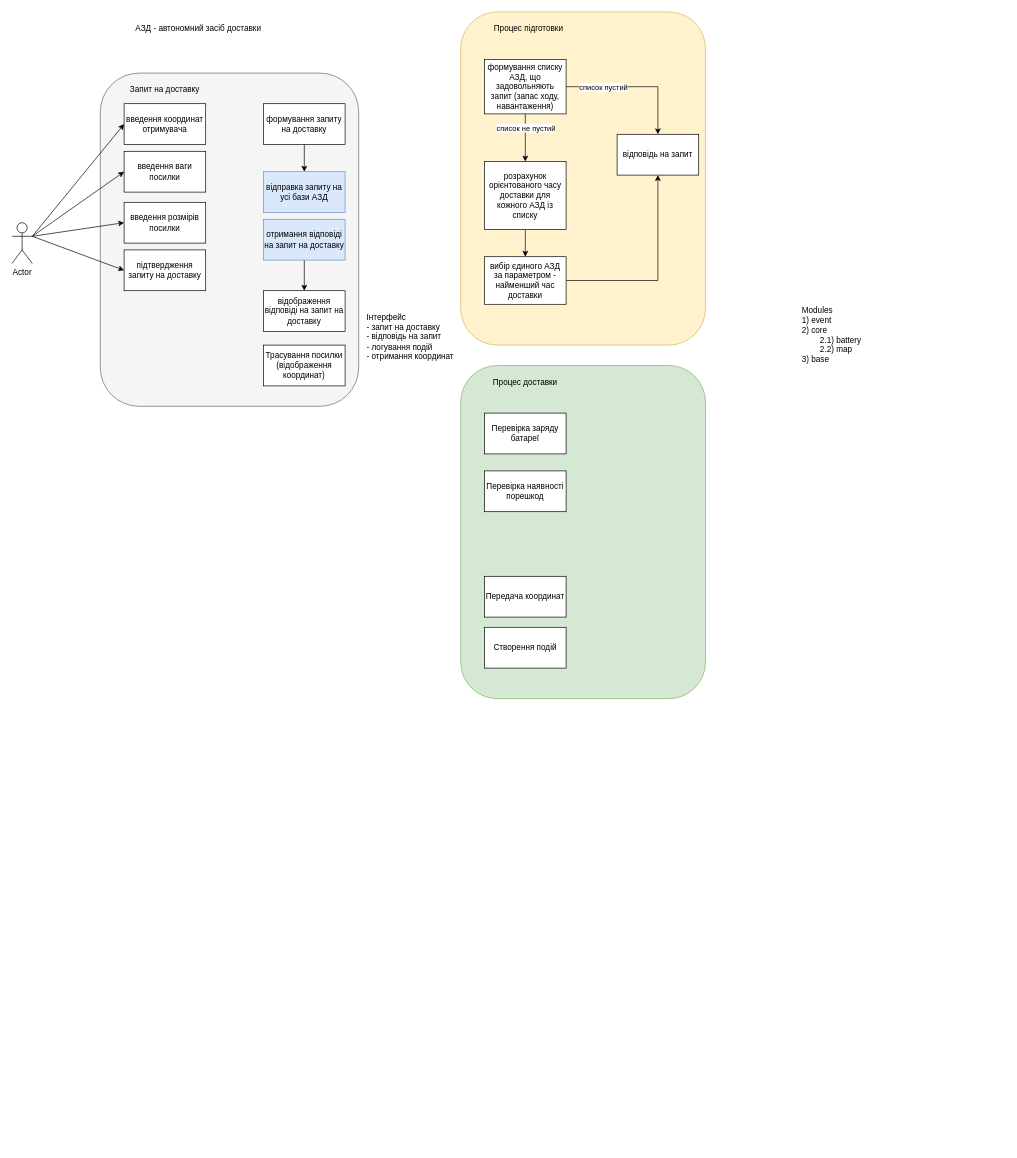
Before: doc/Structure_Of_Component_And_UseCase.drawio in TeamNAU/drone, a draw.io diagram. Source tidied: cells renumbered, new cells numbered last; positions are measured from the earlier drawing's top-left corner, leaving out a move shared by most shapes. Both pictures are drawn from the tidied source at 68%, with x=0, y=0 at pixel (12, 12).
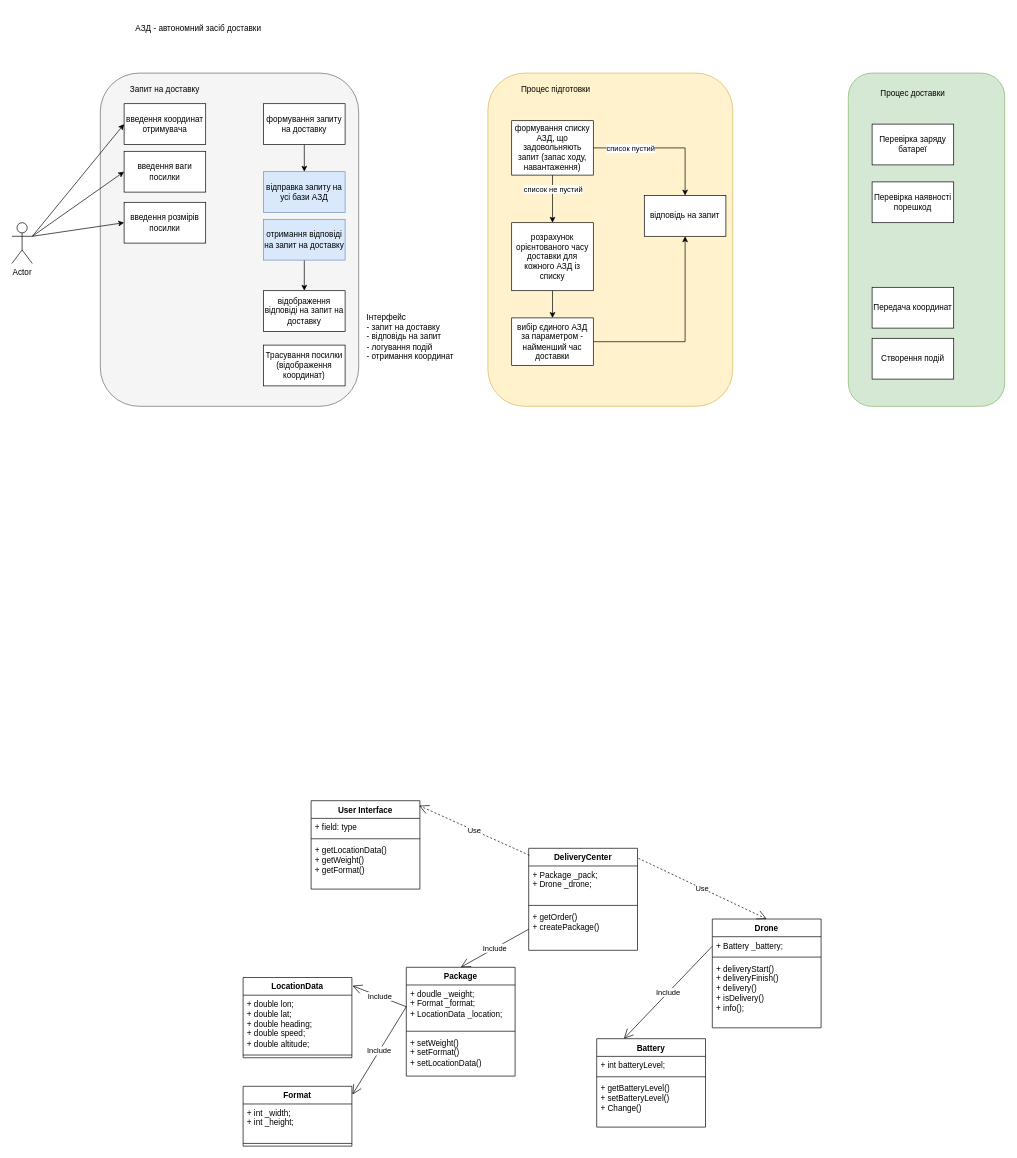
The same diagram, later.

The change refers to these unchanged cells:
```xml
<mxCell id="5" value="Actor" style="shape=umlActor;verticalLabelPosition=bottom;verticalAlign=top;html=1;outlineConnect=0;" parent="1" vertex="1">
  <mxGeometry y="310" width="30" height="60" as="geometry" />
</mxCell>
```

Diff of the diagram source:
```diff
@@
     <mxCell id="2" style="rounded=1;whiteSpace=wrap;html=1;fillColor=#d5e8d4;strokeColor=#82b366;" parent="1" vertex="1">
-      <mxGeometry x="660" y="520" width="360" height="490" as="geometry" />
+      <mxGeometry x="1230" y="90" width="230" height="490" as="geometry" />
     </mxCell>
     <mxCell id="3" style="rounded=1;whiteSpace=wrap;html=1;fillColor=#fff2cc;strokeColor=#d6b656;" parent="1" vertex="1">
-      <mxGeometry x="660" width="360" height="490" as="geometry" />
+      <mxGeometry x="700" y="90" width="360" height="490" as="geometry" />
     </mxCell>
@@
     <mxCell id="8" value="розрахунок орієнтованого часу доставки для кожного АЗД із списку" style="rounded=0;whiteSpace=wrap;html=1;" parent="1" vertex="1">
-      <mxGeometry x="695" y="220" width="120" height="100" as="geometry" />
+      <mxGeometry x="735" y="310" width="120" height="100" as="geometry" />
     </mxCell>
@@
     <mxCell id="15" value="формування списку АЗД, що задовольняють запит (запас ходу, навантаження)" style="rounded=0;whiteSpace=wrap;html=1;" parent="1" vertex="1">
-      <mxGeometry x="695" y="70" width="120" height="80" as="geometry" />
+      <mxGeometry x="735" y="160" width="120" height="80" as="geometry" />
     </mxCell>
     <mxCell id="16" value="Перевірка заряду батареї" style="rounded=0;whiteSpace=wrap;html=1;" parent="1" vertex="1">
-      <mxGeometry x="695" y="590" width="120" height="60" as="geometry" />
+      <mxGeometry x="1265" y="165" width="120" height="60" as="geometry" />
     </mxCell>
     <mxCell id="17" value="Процес доставки" style="text;html=1;align=center;verticalAlign=middle;whiteSpace=wrap;rounded=0;" parent="1" vertex="1">
-      <mxGeometry x="680" y="530" width="150" height="30" as="geometry" />
+      <mxGeometry x="1250" y="105" width="150" height="30" as="geometry" />
     </mxCell>
     <mxCell id="18" value="Процес підготовки" style="text;html=1;align=center;verticalAlign=middle;whiteSpace=wrap;rounded=0;" parent="1" vertex="1">
-      <mxGeometry x="685" y="10" width="150" height="30" as="geometry" />
+      <mxGeometry x="725" y="100" width="150" height="30" as="geometry" />
     </mxCell>
@@
     <mxCell id="21" value="вибір єдиного АЗД за параметром - найменший час доставки" style="rounded=0;whiteSpace=wrap;html=1;" parent="1" vertex="1">
-      <mxGeometry x="695" y="360" width="120" height="70" as="geometry" />
+      <mxGeometry x="735" y="450" width="120" height="70" as="geometry" />
     </mxCell>
@@
     <mxCell id="26" value="відповідь на запит" style="rounded=0;whiteSpace=wrap;html=1;" parent="1" vertex="1">
-      <mxGeometry x="890" y="180" width="120" height="60" as="geometry" />
+      <mxGeometry x="930" y="270" width="120" height="60" as="geometry" />
     </mxCell>
@@
-    <mxCell id="33" value="підтвердження запиту на доставку" style="rounded=0;whiteSpace=wrap;html=1;" parent="1" vertex="1">
-      <mxGeometry x="165" y="350" width="120" height="60" as="geometry" />
-    </mxCell>
     <mxCell id="34" value="Перевірка наявності порешкод" style="rounded=0;whiteSpace=wrap;html=1;" parent="1" vertex="1">
-      <mxGeometry x="695" y="675" width="120" height="60" as="geometry" />
+      <mxGeometry x="1265" y="250" width="120" height="60" as="geometry" />
     </mxCell>
-    <mxCell id="35" style="endArrow=classic;html=1;rounded=0;entryX=0;entryY=0.5;entryDx=0;entryDy=0;exitX=1;exitY=0.3333333333333333;exitDx=0;exitDy=0;exitPerimeter=0;" parent="1" edge="1" source="5" target="33">
-      <mxGeometry relative="1" as="geometry" />
-    </mxCell>
     <mxCell id="36" value="Створення подій" style="rounded=0;whiteSpace=wrap;html=1;" parent="1" vertex="1">
-      <mxGeometry x="695" y="905" width="120" height="60" as="geometry" />
+      <mxGeometry x="1265" y="480" width="120" height="60" as="geometry" />
     </mxCell>
@@
     <mxCell id="39" value="Передача координат" style="rounded=0;whiteSpace=wrap;html=1;" parent="1" vertex="1">
-      <mxGeometry x="695" y="830" width="120" height="60" as="geometry" />
+      <mxGeometry x="1265" y="405" width="120" height="60" as="geometry" />
     </mxCell>
-    <mxCell id="40" value="&lt;div&gt;Modules&amp;nbsp;&lt;/div&gt;&lt;div&gt;1) event&lt;/div&gt;&lt;div&gt;2) core&lt;/div&gt;&lt;div&gt;&lt;span style=&quot;white-space: pre;&quot;&gt;&#9;&lt;/span&gt;2.1) battery&lt;/div&gt;&lt;div style=&quot;&quot;&gt;&lt;span style=&quot;white-space: pre;&quot;&gt;&#9;&lt;/span&gt;2.2) map&lt;/div&gt;&lt;div&gt;3) base&lt;/div&gt;" style="text;html=1;align=left;verticalAlign=middle;whiteSpace=wrap;rounded=0;" parent="1" vertex="1">
-      <mxGeometry x="1160" y="410" width="170" height="130" as="geometry" />
-    </mxCell>
+    <mxCell id="41" value="User Interface" style="swimlane;fontStyle=1;align=center;verticalAlign=top;horizontal=1;startSize=26;whiteSpace=wrap;html=1;" parent="1" vertex="1">
+      <mxGeometry x="440" y="1160" width="160" height="130" as="geometry" />
+    </mxCell>
+    <mxCell id="42" value="+ field: type" style="text;strokeColor=none;fillColor=none;align=left;verticalAlign=top;spacingLeft=4;spacingRight=4;overflow=hidden;whiteSpace=wrap;html=1;" parent="41" vertex="1">
+      <mxGeometry y="26" width="160" height="26" as="geometry" />
+    </mxCell>
+    <mxCell id="43" style="line;strokeWidth=1;fillColor=none;align=left;verticalAlign=middle;spacingTop=-1;spacingLeft=3;spacingRight=3;labelPosition=right;strokeColor=inherit;" parent="41" vertex="1">
+      <mxGeometry y="52" width="160" height="8" as="geometry" />
+    </mxCell>
+    <mxCell id="44" value="+ getLocationData()&lt;div&gt;+ getWeight()&lt;br&gt;+ getFormat()&lt;br&gt;&lt;div&gt;&lt;br&gt;&lt;/div&gt;&lt;/div&gt;" style="text;strokeColor=none;fillColor=none;align=left;verticalAlign=top;spacingLeft=4;spacingRight=4;overflow=hidden;whiteSpace=wrap;html=1;" parent="41" vertex="1">
+      <mxGeometry y="60" width="160" height="70" as="geometry" />
+    </mxCell>
+    <mxCell id="45" value="DeliveryCenter" style="swimlane;fontStyle=1;align=center;verticalAlign=top;horizontal=1;startSize=26;whiteSpace=wrap;html=1;" parent="1" vertex="1">
+      <mxGeometry x="760" y="1230" width="160" height="150" as="geometry" />
+    </mxCell>
+    <mxCell id="46" value="+ Package _pack;&lt;br&gt;+ Drone _drone;" style="text;strokeColor=none;fillColor=none;align=left;verticalAlign=top;spacingLeft=4;spacingRight=4;overflow=hidden;whiteSpace=wrap;html=1;" parent="45" vertex="1">
+      <mxGeometry y="26" width="160" height="54" as="geometry" />
+    </mxCell>
+    <mxCell id="47" style="line;strokeWidth=1;fillColor=none;align=left;verticalAlign=middle;spacingTop=-1;spacingLeft=3;spacingRight=3;labelPosition=right;strokeColor=inherit;" parent="45" vertex="1">
+      <mxGeometry y="80" width="160" height="8" as="geometry" />
+    </mxCell>
+    <mxCell id="48" value="+ getOrder()&lt;br&gt;+ createPackage()" style="text;strokeColor=none;fillColor=none;align=left;verticalAlign=top;spacingLeft=4;spacingRight=4;overflow=hidden;points=[[0,0.5],[1,0.5]];portConstraint=eastwest;whiteSpace=wrap;html=1;" parent="45" vertex="1">
+      <mxGeometry y="88" width="160" height="62" as="geometry" />
+    </mxCell>
+    <mxCell id="49" value="Package" style="swimlane;fontStyle=1;align=center;verticalAlign=top;horizontal=1;startSize=26;whiteSpace=wrap;html=1;" parent="1" vertex="1">
+      <mxGeometry x="580" y="1405" width="160" height="160" as="geometry" />
+    </mxCell>
+    <mxCell id="50" value="+ doudle _weight;&lt;br&gt;+ Format _format;&lt;div&gt;+ LocationData _location;&lt;/div&gt;" style="text;strokeColor=none;fillColor=none;align=left;verticalAlign=top;spacingLeft=4;spacingRight=4;overflow=hidden;points=[[0,0.5],[1,0.5]];portConstraint=eastwest;whiteSpace=wrap;html=1;" parent="49" vertex="1">
+      <mxGeometry y="26" width="160" height="64" as="geometry" />
+    </mxCell>
+    <mxCell id="51" style="line;strokeWidth=1;fillColor=none;align=left;verticalAlign=middle;spacingTop=-1;spacingLeft=3;spacingRight=3;labelPosition=right;strokeColor=inherit;" parent="49" vertex="1">
+      <mxGeometry y="90" width="160" height="8" as="geometry" />
+    </mxCell>
+    <mxCell id="52" value="+ setWeight()&lt;div&gt;+ setFormat()&lt;br&gt;+ setLocationData()&lt;/div&gt;" style="text;strokeColor=none;fillColor=none;align=left;verticalAlign=top;spacingLeft=4;spacingRight=4;overflow=hidden;whiteSpace=wrap;html=1;" parent="49" vertex="1">
+      <mxGeometry y="98" width="160" height="62" as="geometry" />
+    </mxCell>
+    <mxCell id="53" value="Include" style="endArrow=open;endSize=12;html=1;rounded=0;exitX=0;exitY=0.5;exitDx=0;exitDy=0;entryX=0.5;entryY=0;entryDx=0;entryDy=0;" parent="1" edge="1" source="48" target="49">
+      <mxGeometry relative="1" as="geometry" />
+    </mxCell>
+    <mxCell id="54" value="Use" style="endArrow=open;endSize=12;dashed=1;html=1;rounded=0;entryX=0.993;entryY=0.056;entryDx=0;entryDy=0;entryPerimeter=0;exitX=0.006;exitY=0.068;exitDx=0;exitDy=0;exitPerimeter=0;" parent="1" edge="1" source="45" target="41">
+      <mxGeometry relative="1" as="geometry" />
+    </mxCell>
+    <mxCell id="55" value="LocationData" style="swimlane;fontStyle=1;align=center;verticalAlign=top;horizontal=1;startSize=26;whiteSpace=wrap;html=1;" parent="1" vertex="1">
+      <mxGeometry x="340" y="1420" width="160" height="118" as="geometry" />
+    </mxCell>
+    <mxCell id="56" value="+ double lon;&lt;div&gt;+ double lat;&lt;br&gt;+ double heading;&lt;br&gt;+ double speed;&lt;/div&gt;&lt;div&gt;+ double altitude;&lt;/div&gt;" style="text;strokeColor=none;fillColor=none;align=left;verticalAlign=top;spacingLeft=4;spacingRight=4;overflow=hidden;whiteSpace=wrap;html=1;" parent="55" vertex="1">
+      <mxGeometry y="26" width="160" height="84" as="geometry" />
+    </mxCell>
+    <mxCell id="57" style="line;strokeWidth=1;fillColor=none;align=left;verticalAlign=middle;spacingTop=-1;spacingLeft=3;spacingRight=3;labelPosition=right;strokeColor=inherit;" parent="55" vertex="1">
+      <mxGeometry y="110" width="160" height="8" as="geometry" />
+    </mxCell>
+    <mxCell id="58" value="Format" style="swimlane;fontStyle=1;align=center;verticalAlign=top;horizontal=1;startSize=26;whiteSpace=wrap;html=1;" parent="1" vertex="1">
+      <mxGeometry x="340" y="1580" width="160" height="88" as="geometry" />
+    </mxCell>
+    <mxCell id="59" value="+ int _width;&lt;div&gt;+ int _height;&lt;/div&gt;" style="text;strokeColor=none;fillColor=none;align=left;verticalAlign=top;spacingLeft=4;spacingRight=4;overflow=hidden;whiteSpace=wrap;html=1;" parent="58" vertex="1">
+      <mxGeometry y="26" width="160" height="54" as="geometry" />
+    </mxCell>
+    <mxCell id="60" style="line;strokeWidth=1;fillColor=none;align=left;verticalAlign=middle;spacingTop=-1;spacingLeft=3;spacingRight=3;labelPosition=right;strokeColor=inherit;" parent="58" vertex="1">
+      <mxGeometry y="80" width="160" height="8" as="geometry" />
+    </mxCell>
+    <mxCell id="61" value="Include" style="endArrow=open;endSize=12;html=1;rounded=0;exitX=0;exitY=0.5;exitDx=0;exitDy=0;entryX=1.005;entryY=0.138;entryDx=0;entryDy=0;entryPerimeter=0;" parent="1" edge="1" source="50" target="58">
+      <mxGeometry relative="1" as="geometry" />
+    </mxCell>
+    <mxCell id="62" value="Include" style="endArrow=open;endSize=12;html=1;rounded=0;entryX=1.005;entryY=0.103;entryDx=0;entryDy=0;entryPerimeter=0;exitX=0;exitY=0.5;exitDx=0;exitDy=0;" parent="1" edge="1" source="50" target="55">
+      <mxGeometry relative="1" as="geometry" />
+    </mxCell>
+    <mxCell id="63" value="Drone" style="swimlane;fontStyle=1;align=center;verticalAlign=top;horizontal=1;startSize=26;whiteSpace=wrap;html=1;" parent="1" vertex="1">
+      <mxGeometry x="1030" y="1334" width="160" height="160" as="geometry" />
+    </mxCell>
+    <mxCell id="64" value="+ Battery _battery;" style="text;strokeColor=none;fillColor=none;align=left;verticalAlign=top;spacingLeft=4;spacingRight=4;overflow=hidden;whiteSpace=wrap;html=1;" parent="63" vertex="1">
+      <mxGeometry y="26" width="160" height="26" as="geometry" />
+    </mxCell>
+    <mxCell id="65" style="line;strokeWidth=1;fillColor=none;align=left;verticalAlign=middle;spacingTop=-1;spacingLeft=3;spacingRight=3;labelPosition=right;strokeColor=inherit;" parent="63" vertex="1">
+      <mxGeometry y="52" width="160" height="8" as="geometry" />
+    </mxCell>
+    <mxCell id="66" value="+ deliveryStart()&lt;br&gt;+ deliveryFinish()&lt;div&gt;+ delivery()&lt;br&gt;+ isDelivery()&lt;/div&gt;&lt;div&gt;+ info();&lt;/div&gt;" style="text;strokeColor=none;fillColor=none;align=left;verticalAlign=top;spacingLeft=4;spacingRight=4;overflow=hidden;whiteSpace=wrap;html=1;" parent="63" vertex="1">
+      <mxGeometry y="60" width="160" height="100" as="geometry" />
+    </mxCell>
+    <mxCell id="67" value="Battery&lt;div&gt;&lt;br&gt;&lt;/div&gt;" style="swimlane;fontStyle=1;align=center;verticalAlign=top;horizontal=1;startSize=26;whiteSpace=wrap;html=1;" parent="1" vertex="1">
+      <mxGeometry x="860" y="1510" width="160" height="130" as="geometry" />
+    </mxCell>
+    <mxCell id="68" value="+ int batteryLevel;" style="text;strokeColor=none;fillColor=none;align=left;verticalAlign=top;spacingLeft=4;spacingRight=4;overflow=hidden;whiteSpace=wrap;html=1;" parent="67" vertex="1">
+      <mxGeometry y="26" width="160" height="26" as="geometry" />
+    </mxCell>
+    <mxCell id="69" style="line;strokeWidth=1;fillColor=none;align=left;verticalAlign=middle;spacingTop=-1;spacingLeft=3;spacingRight=3;labelPosition=right;strokeColor=inherit;" parent="67" vertex="1">
+      <mxGeometry y="52" width="160" height="8" as="geometry" />
+    </mxCell>
+    <mxCell id="70" value="+ getBatteryLevel()&lt;div&gt;+ setBatteryLevel()&lt;br&gt;&lt;/div&gt;&lt;div&gt;+ Change()&lt;br&gt;&lt;/div&gt;" style="text;strokeColor=none;fillColor=none;align=left;verticalAlign=top;spacingLeft=4;spacingRight=4;overflow=hidden;whiteSpace=wrap;html=1;" parent="67" vertex="1">
+      <mxGeometry y="60" width="160" height="70" as="geometry" />
+    </mxCell>
+    <mxCell id="71" value="Include" style="endArrow=open;endSize=12;html=1;rounded=0;exitX=0;exitY=0.25;exitDx=0;exitDy=0;entryX=0.25;entryY=0;entryDx=0;entryDy=0;" parent="1" edge="1" source="63" target="67">
+      <mxGeometry relative="1" as="geometry" />
+    </mxCell>
+    <mxCell id="72" value="Use" style="endArrow=open;endSize=12;dashed=1;html=1;rounded=0;entryX=0.5;entryY=0;entryDx=0;entryDy=0;exitX=1.008;exitY=0.098;exitDx=0;exitDy=0;exitPerimeter=0;" parent="1" edge="1" source="45" target="63">
+      <mxGeometry relative="1" as="geometry" />
+    </mxCell>
```
